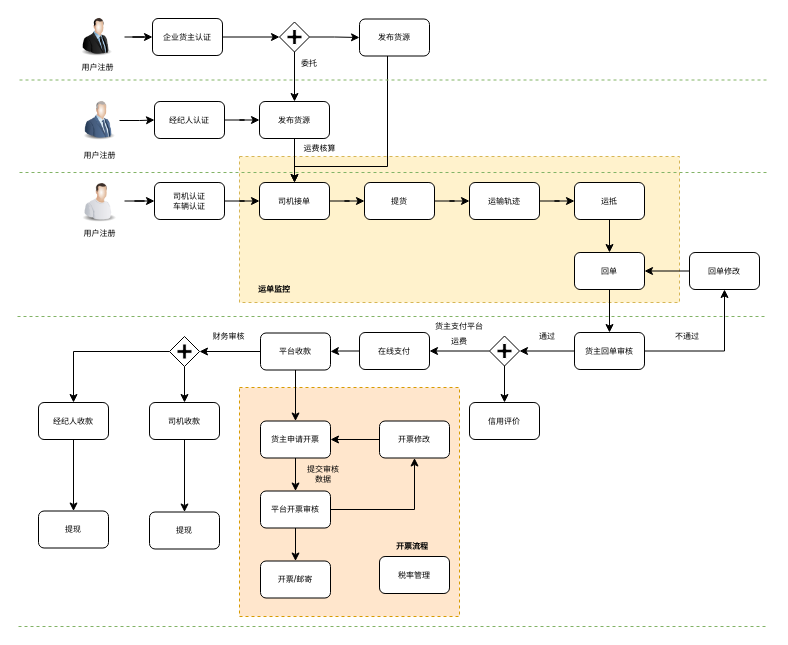
chenyibang/rdpwrap keeps this draw.io diagram as 业务流程表单.drawio. Above is the earlier version. Source tidied: cells renumbered, new cells numbered last; positions are measured from the earlier drawing's top-left corner, leaving out a move shared by most shapes. Both pictures are drawn from the tidied source at 100%, with x=0, y=0 at pixel (17, 17).
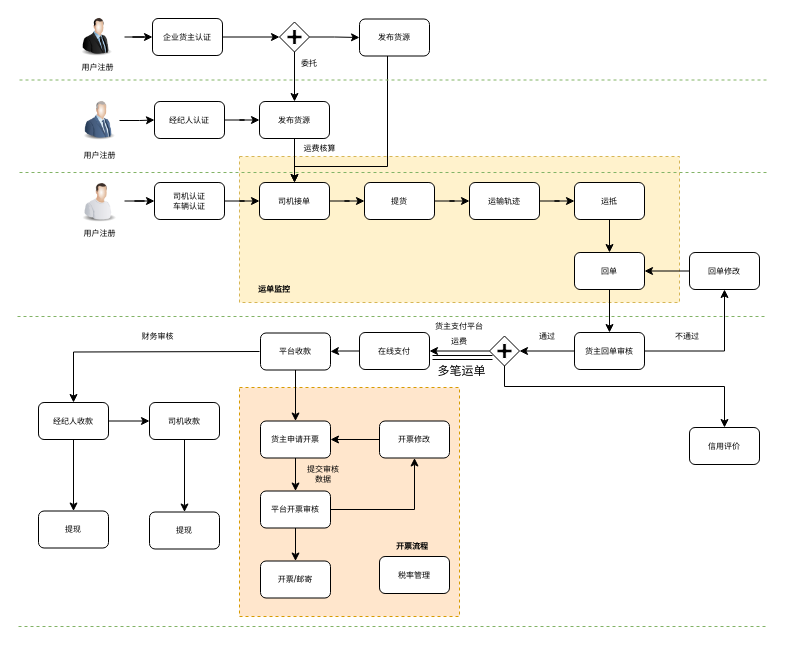
Above is the later version.

Commit message:
更新业务流程表单.drawio

The change refers to these unchanged cells:
```xml
<mxCell id="28" value="平台收款" style="rounded=1;whiteSpace=wrap;html=1;shadow=0;labelBackgroundColor=none;strokeWidth=1;fontFamily=Verdana;fontSize=8;align=center;" parent="1" vertex="1">
  <mxGeometry x="243" y="315.5" width="70" height="37" as="geometry" />
</mxCell>
<mxCell id="30" value="司机收款" style="rounded=1;whiteSpace=wrap;html=1;shadow=0;labelBackgroundColor=none;strokeWidth=1;fontFamily=Verdana;fontSize=8;align=center;" parent="1" vertex="1">
  <mxGeometry x="132" y="385" width="70" height="37" as="geometry" />
</mxCell>
<mxCell id="45" style="shape=mxgraph.bpmn.shape;html=1;verticalLabelPosition=bottom;labelBackgroundColor=#ffffff;verticalAlign=top;perimeter=rhombusPerimeter;background=gateway;outline=none;symbol=parallelGw;rounded=1;shadow=0;strokeWidth=1;fontFamily=Verdana;fontSize=8;align=center;" parent="1" vertex="1">
  <mxGeometry x="472" y="318.5" width="30" height="30" as="geometry" />
</mxCell>
<mxCell id="69" value="经纪人收款" style="rounded=1;whiteSpace=wrap;html=1;shadow=0;labelBackgroundColor=none;strokeWidth=1;fontFamily=Verdana;fontSize=8;align=center;" parent="1" vertex="1">
  <mxGeometry x="21" y="385" width="70" height="37" as="geometry" />
</mxCell>
```

The edit, as a diff of the source:
```diff
@@
     <mxCell id="17" value="信用评价" style="rounded=1;whiteSpace=wrap;html=1;shadow=0;labelBackgroundColor=none;strokeWidth=1;fontFamily=Verdana;fontSize=8;align=center;" parent="1" vertex="1">
-      <mxGeometry x="452" y="385" width="70" height="37" as="geometry" />
+      <mxGeometry x="672" y="410" width="70" height="37" as="geometry" />
     </mxCell>
@@
-    <mxCell id="27" style="edgeStyle=orthogonalEdgeStyle;rounded=0;jettySize=auto;html=1;entryX=1;entryY=0.5;entryDx=0;entryDy=0;fontFamily=Verdana;fontSize=8;" parent="1" edge="1" source="28" target="72">
-      <mxGeometry relative="1" as="geometry" />
-    </mxCell>
@@
     <mxCell id="43" style="edgeStyle=orthogonalEdgeStyle;rounded=0;jettySize=auto;html=1;entryX=0.5;entryY=0;entryDx=0;entryDy=0;fontFamily=Verdana;fontSize=8;" parent="1" edge="1" source="45" target="17">
-      <mxGeometry relative="1" as="geometry" />
+      <mxGeometry relative="1" as="geometry">
+        <Array as="points">
+          <mxPoint x="487" y="369" />
+          <mxPoint x="707" y="369" />
+        </Array>
+      </mxGeometry>
     </mxCell>
@@
+    <mxCell id="78" style="edgeStyle=orthogonalEdgeStyle;rounded=0;jettySize=auto;html=1;" parent="1" edge="1" source="69" target="30">
+      <mxGeometry relative="1" as="geometry" />
+    </mxCell>
@@
-    <mxCell id="70" style="edgeStyle=orthogonalEdgeStyle;rounded=0;jettySize=auto;html=1;entryX=0.5;entryY=0;entryDx=0;entryDy=0;fontFamily=Verdana;fontSize=8;" parent="1" edge="1" source="72" target="30">
-      <mxGeometry relative="1" as="geometry" />
-    </mxCell>
-    <mxCell id="71" style="edgeStyle=orthogonalEdgeStyle;rounded=0;jettySize=auto;html=1;entryX=0.5;entryY=0;entryDx=0;entryDy=0;fontFamily=Verdana;fontSize=8;" parent="1" edge="1" source="72" target="69">
-      <mxGeometry relative="1" as="geometry" />
+    <mxCell id="71" style="edgeStyle=orthogonalEdgeStyle;rounded=0;jettySize=auto;html=1;entryX=0.5;entryY=0;entryDx=0;entryDy=0;fontFamily=Verdana;fontSize=8;" parent="1" edge="1" target="69">
+      <mxGeometry relative="1" as="geometry">
+        <mxPoint x="242" y="334" as="sourcePoint" />
+      </mxGeometry>
     </mxCell>
-    <mxCell id="72" style="shape=mxgraph.bpmn.shape;html=1;verticalLabelPosition=bottom;labelBackgroundColor=#ffffff;verticalAlign=top;perimeter=rhombusPerimeter;background=gateway;outline=none;symbol=parallelGw;rounded=1;shadow=0;strokeWidth=1;fontFamily=Verdana;fontSize=8;align=center;" parent="1" vertex="1">
-      <mxGeometry x="152" y="319" width="30" height="30" as="geometry" />
-    </mxCell>
@@
     <mxCell id="74" value="财务审核" style="text;html=1;strokeColor=none;fillColor=none;align=center;verticalAlign=middle;whiteSpace=wrap;rounded=0;shadow=0;dashed=1;fontFamily=Verdana;fontSize=8;" parent="1" vertex="1">
-      <mxGeometry x="182" y="309" width="59" height="20" as="geometry" />
+      <mxGeometry x="111" y="309" width="59" height="20" as="geometry" />
     </mxCell>
@@
+    <mxCell id="79" value="多笔运单" style="text;html=1;strokeColor=none;fillColor=none;align=center;verticalAlign=middle;whiteSpace=wrap;rounded=0;" parent="1" vertex="1">
+      <mxGeometry x="417" y="344" width="55" height="20" as="geometry" />
+    </mxCell>
+    <mxCell id="80" style="shape=link;html=1;" parent="1" edge="1">
+      <mxGeometry relative="1" as="geometry">
+        <mxPoint x="415" y="340" as="sourcePoint" />
+        <mxPoint x="475" y="340" as="targetPoint" />
+      </mxGeometry>
+    </mxCell>
```
